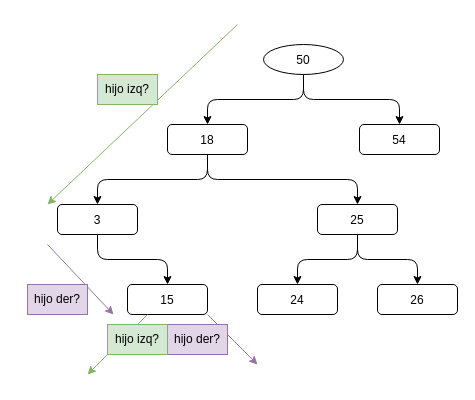
Before: img/destruir_arbol.drawio in MaxiFttInst/TP_ABB, a draw.io diagram. Source tidied: cells renumbered, new cells numbered last; positions are measured from the earlier drawing's top-left corner, leaving out a move shared by most shapes. Both pictures are drawn from the tidied source at 100%, with x=0, y=0 at pixel (27, 24).
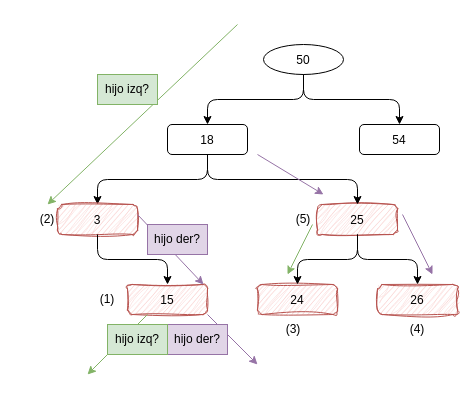
The same diagram, later.

Change to the diagram source:
```diff
@@
-    <mxCell id="7" value="25" style="rounded=1;" parent="1" vertex="1">
+    <mxCell id="7" value="25" style="rounded=1;fillColor=#f8cecc;strokeColor=#b85450;sketch=1;curveFitting=1;jiggle=2;" parent="1" vertex="1">
       <mxGeometry x="290" y="180" width="80" height="30" as="geometry" />
     </mxCell>
@@
-    <mxCell id="10" value="24" style="rounded=1;" parent="1" vertex="1">
+    <mxCell id="10" value="24" style="rounded=1;fillColor=#f8cecc;strokeColor=#b85450;sketch=1;curveFitting=1;jiggle=2;" parent="1" vertex="1">
       <mxGeometry x="230" y="260" width="80" height="30" as="geometry" />
     </mxCell>
@@
-    <mxCell id="12" value="26" style="rounded=1;" parent="1" vertex="1">
+    <mxCell id="12" value="26" style="rounded=1;fillColor=#f8cecc;strokeColor=#b85450;sketch=1;curveFitting=1;jiggle=2;" parent="1" vertex="1">
       <mxGeometry x="350" y="260" width="80" height="30" as="geometry" />
     </mxCell>
@@
-    <mxCell id="14" value="3" style="rounded=1;" parent="1" vertex="1">
+    <mxCell id="14" value="3" style="rounded=1;fillColor=#f8cecc;strokeColor=#b85450;sketch=1;curveFitting=1;jiggle=2;" parent="1" vertex="1">
       <mxGeometry x="30" y="180" width="80" height="30" as="geometry" />
     </mxCell>
@@
-    <mxCell id="16" value="15" style="rounded=1;" parent="1" vertex="1">
+    <mxCell id="16" value="15" style="rounded=1;fillColor=#f8cecc;strokeColor=#b85450;sketch=1;curveFitting=1;jiggle=2;" parent="1" vertex="1">
       <mxGeometry x="100" y="260" width="80" height="30" as="geometry" />
     </mxCell>
@@
     <mxCell id="19" style="endArrow=classic;html=1;rounded=0;fillColor=#e1d5e7;strokeColor=#9673a6;" parent="1" edge="1">
       <mxGeometry relative="1" as="geometry">
-        <mxPoint x="20" y="220" as="sourcePoint" />
-        <mxPoint x="86" y="290" as="targetPoint" />
+        <mxPoint x="110" y="190" as="sourcePoint" />
+        <mxPoint x="176" y="260" as="targetPoint" />
       </mxGeometry>
     </mxCell>
     <mxCell id="20" value="hijo der?" style="text;html=1;align=center;verticalAlign=middle;whiteSpace=wrap;rounded=0;fillColor=#e1d5e7;strokeColor=#9673a6;" parent="1" vertex="1">
-      <mxGeometry y="260" width="60" height="30" as="geometry" />
+      <mxGeometry x="120" y="200" width="60" height="30" as="geometry" />
     </mxCell>
@@
+    <mxCell id="25" value="(1)" style="text;html=1;align=center;verticalAlign=middle;whiteSpace=wrap;rounded=0;" parent="1" vertex="1">
+      <mxGeometry x="50" y="260" width="60" height="30" as="geometry" />
+    </mxCell>
+    <mxCell id="26" value="(2)" style="text;html=1;align=center;verticalAlign=middle;whiteSpace=wrap;rounded=0;" parent="1" vertex="1">
+      <mxGeometry x="-10" y="180" width="60" height="30" as="geometry" />
+    </mxCell>
+    <mxCell id="27" style="endArrow=classic;html=1;rounded=0;fillColor=#e1d5e7;strokeColor=#9673a6;" parent="1" edge="1">
+      <mxGeometry relative="1" as="geometry">
+        <mxPoint x="230" y="130" as="sourcePoint" />
+        <mxPoint x="296" y="170" as="targetPoint" />
+      </mxGeometry>
+    </mxCell>
+    <mxCell id="28" style="endArrow=classic;html=1;rounded=0;fillColor=#d5e8d4;strokeColor=#82b366;" parent="1" edge="1">
+      <mxGeometry relative="1" as="geometry">
+        <mxPoint x="285" y="200" as="sourcePoint" />
+        <mxPoint x="260" y="250" as="targetPoint" />
+      </mxGeometry>
+    </mxCell>
+    <mxCell id="29" value="(3)" style="text;html=1;align=center;verticalAlign=middle;whiteSpace=wrap;rounded=0;" parent="1" vertex="1">
+      <mxGeometry x="236" y="290" width="60" height="30" as="geometry" />
+    </mxCell>
+    <mxCell id="30" style="endArrow=classic;html=1;rounded=0;fillColor=#e1d5e7;strokeColor=#9673a6;" parent="1" edge="1">
+      <mxGeometry relative="1" as="geometry">
+        <mxPoint x="375" y="190" as="sourcePoint" />
+        <mxPoint x="405" y="250" as="targetPoint" />
+      </mxGeometry>
+    </mxCell>
+    <mxCell id="31" value="(4)" style="text;html=1;align=center;verticalAlign=middle;whiteSpace=wrap;rounded=0;" parent="1" vertex="1">
+      <mxGeometry x="360" y="290" width="60" height="30" as="geometry" />
+    </mxCell>
+    <mxCell id="32" value="(5)" style="text;html=1;align=center;verticalAlign=middle;whiteSpace=wrap;rounded=0;" parent="1" vertex="1">
+      <mxGeometry x="246" y="180" width="60" height="30" as="geometry" />
+    </mxCell>
```
